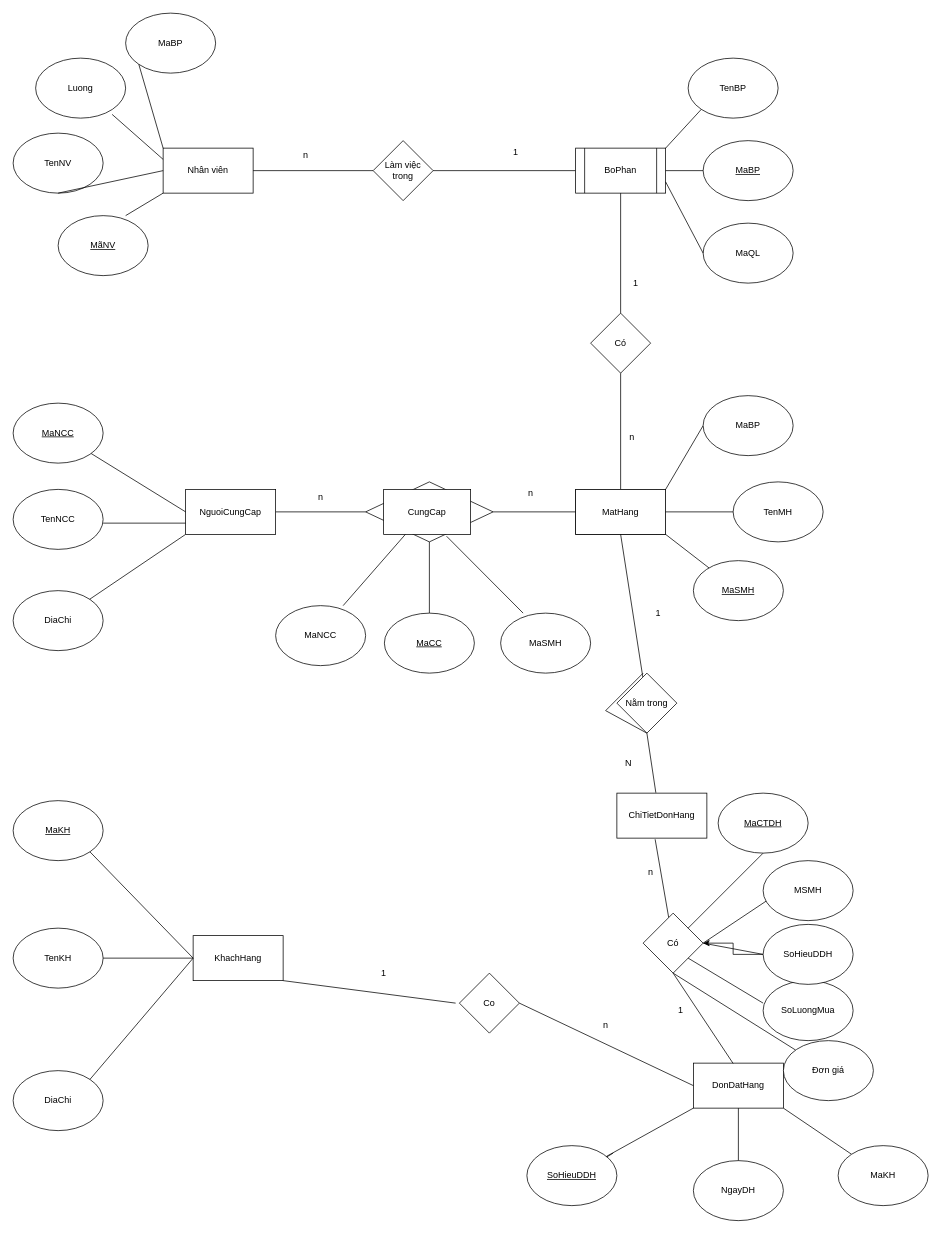
This is Untitled Diagram.drawio from truongtamthanh2004/Database, a draw.io file, before an edit. Source tidied: cells renumbered, new cells numbered last; positions are measured from the earlier drawing's top-left corner, leaving out a move shared by most shapes. Both pictures are drawn from the tidied source at 75%, with x=0, y=0 at pixel (13, 13).
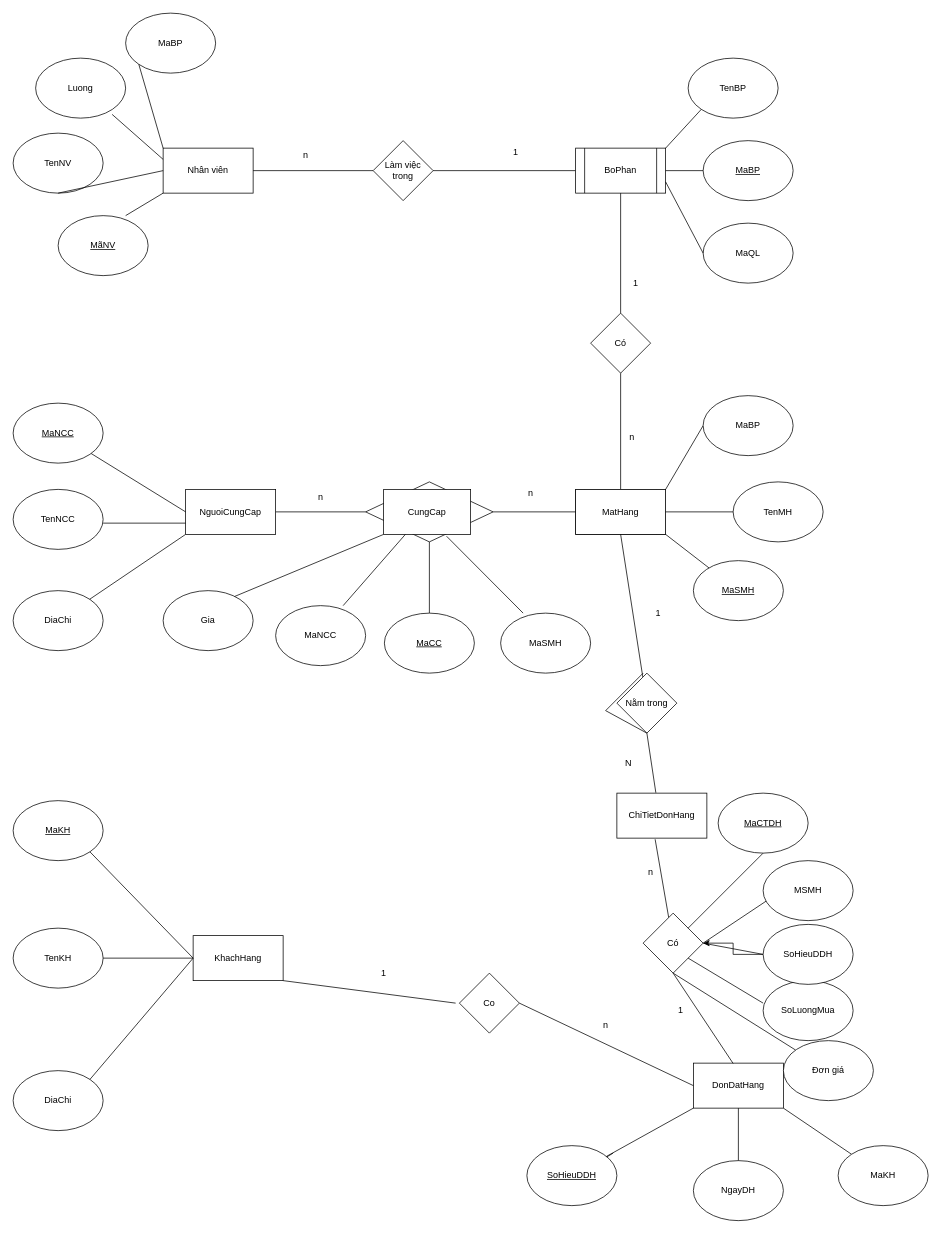
Above is the later version.

The change refers to these unchanged cells:
```xml
<mxCell id="37" value="CungCap" style="rounded=0;whiteSpace=wrap;html=1;" parent="1" vertex="1">
  <mxGeometry x="494" y="635" width="116" height="60" as="geometry" />
</mxCell>
```

Diff of the diagram source:
```diff
@@
+    <mxCell id="99" style="endArrow=none;html=1;rounded=0;entryX=0;entryY=1;entryDx=0;entryDy=0;" parent="1" edge="1" target="37">
+      <mxGeometry relative="1" as="geometry">
+        <mxPoint x="290" y="780" as="sourcePoint" />
+      </mxGeometry>
+    </mxCell>
+    <mxCell id="100" value="Gia" style="ellipse;whiteSpace=wrap;html=1;" parent="1" vertex="1">
+      <mxGeometry x="200" y="770" width="120" height="80" as="geometry" />
+    </mxCell>
```
